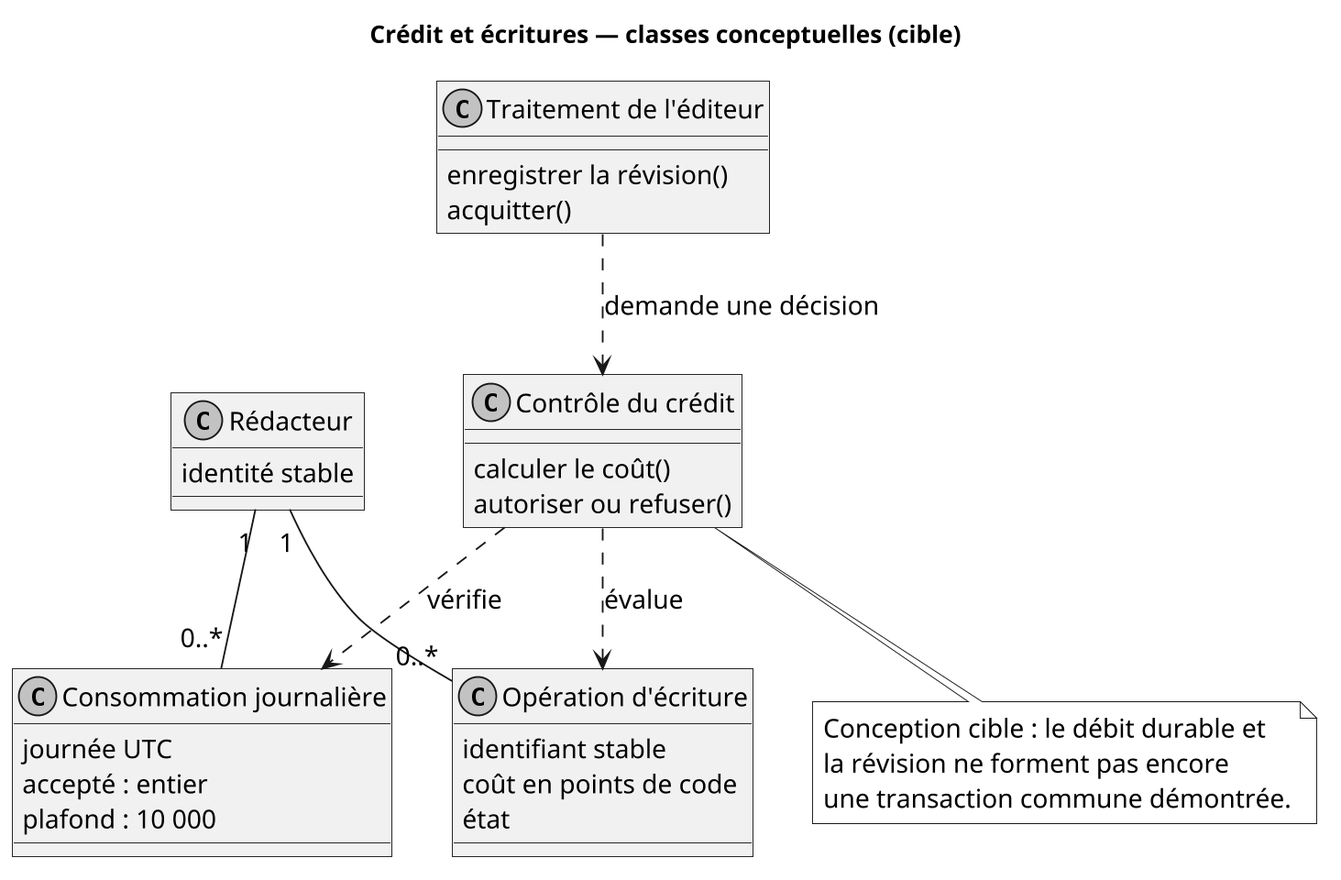
Earlier version of the PlantUML export cahier_conception_cloud_project/figures/credit-classes.png (mayega-git/cloud_project).
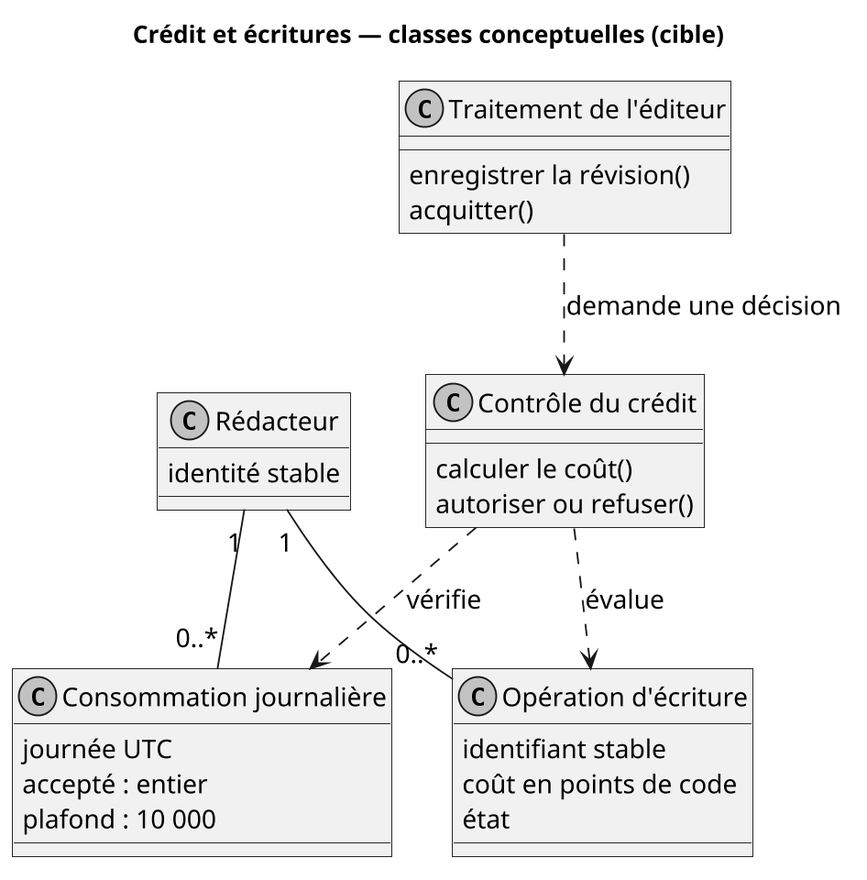
The same file after the commit.

Diff of the diagram source:
```diff
@@ -27,9 +27,4 @@
 Credit ..> Daily : vérifie
 Credit ..> Op : évalue
 Editor ..> Credit : demande une décision
-note bottom of Credit
-Conception cible : le débit durable et
-la révision ne forment pas encore
-une transaction commune démontrée.
-end note
 @enduml
```
